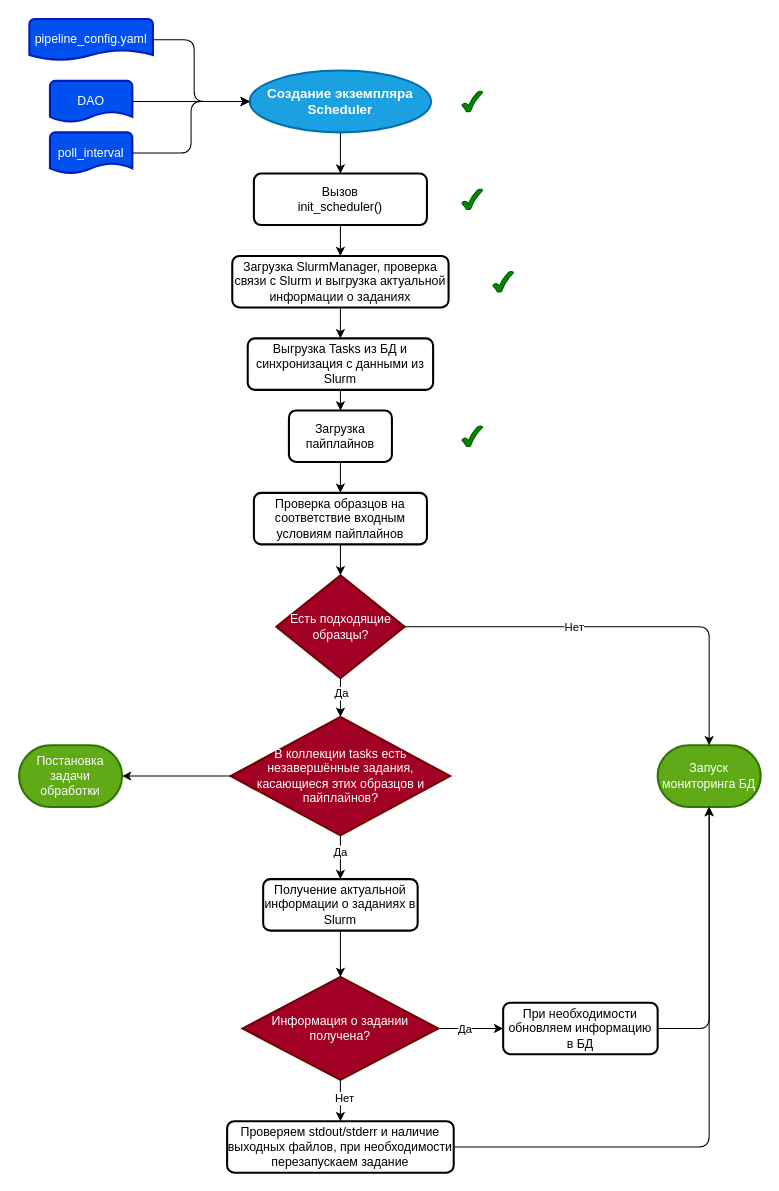
This is page "Инициализация" (1 of 5) of docs/schemas/task_scheduler.drawio from KBaybekov/proj_prefect, a draw.io file, before an edit. Source tidied: cells renumbered, new cells numbered last; positions are measured from the earlier drawing's top-left corner, leaving out a move shared by most shapes. Both pictures are drawn from the tidied source at 103%, with x=0, y=0 at pixel (19, 19).
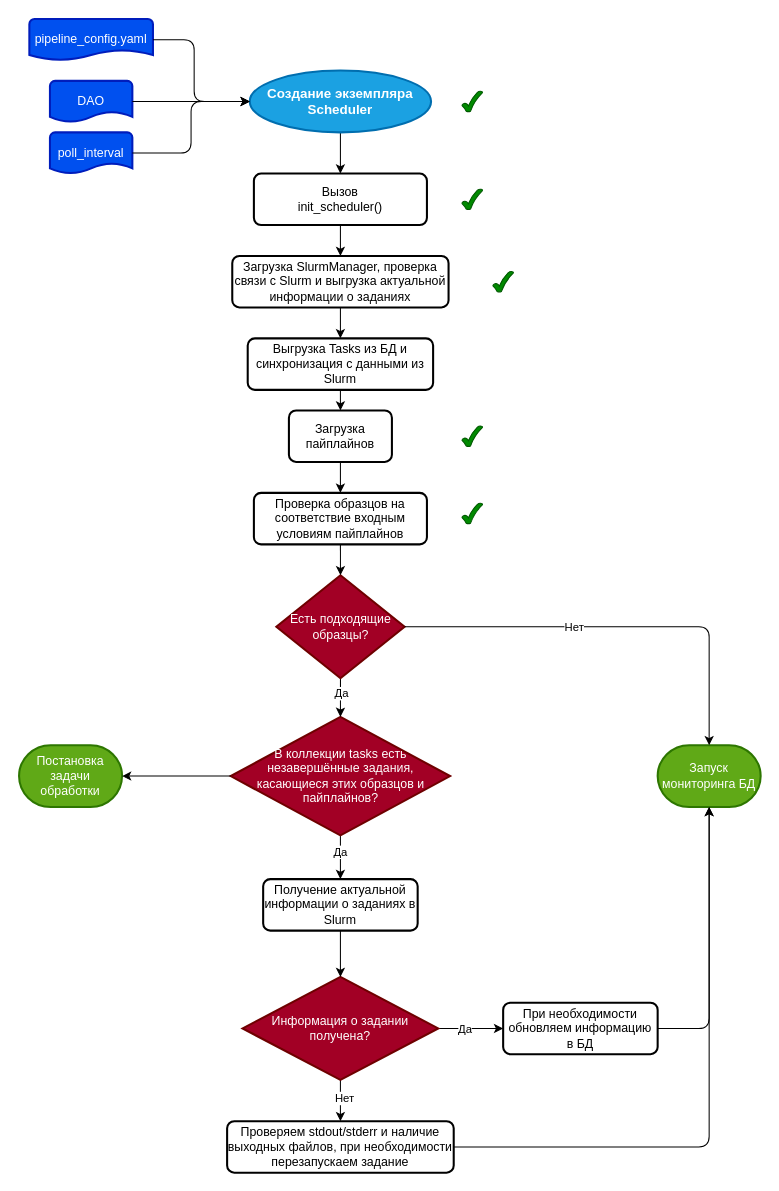
The same page after the edit.

What changed in the source:
```diff
@@
+    <mxCell id="46" style="verticalLabelPosition=bottom;verticalAlign=top;html=1;shape=mxgraph.basic.tick;fillColor=#008a00;fontColor=#ffffff;strokeColor=#005700;" parent="1" vertex="1">
+      <mxGeometry x="430" y="470" width="20" height="20" as="geometry" />
+    </mxCell>
```
